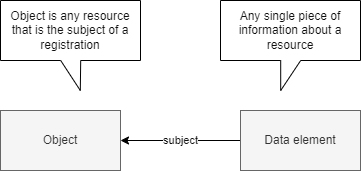
The draw.io diagram media/level1.1.png in Geonovum/IMX-Metadata, before a commit. Source tidied: cells renumbered, new cells last; positions are measured from the earlier drawing's top-left corner, leaving out a move shared by most shapes. Source of this version:
```xml
<mxGraphModel background="#FFFFFF">
  <root>
    <mxCell id="0" />
    <mxCell id="1" parent="0" />
    <mxCell id="2" value="subject" style="edgeStyle=none;html=1;fontColor=#121111;" parent="1" edge="1" source="3" target="4">
      <mxGeometry relative="1" as="geometry" />
    </mxCell>
    <mxCell id="3" value="Gegeven" style="rounded=0;whiteSpace=wrap;html=1;" parent="1" vertex="1">
      <mxGeometry x="240" y="110" width="120" height="60" as="geometry" />
    </mxCell>
    <mxCell id="4" value="Object" style="rounded=0;whiteSpace=wrap;html=1;" parent="1" vertex="1">
      <mxGeometry y="110" width="120" height="60" as="geometry" />
    </mxCell>
    <mxCell id="5" value="Object" style="rounded=0;whiteSpace=wrap;html=1;fillColor=#f5f5f5;fontColor=#333333;strokeColor=#666666;" parent="1" vertex="1">
      <mxGeometry y="110" width="120" height="60" as="geometry" />
    </mxCell>
    <mxCell id="6" value="Data element" style="rounded=0;whiteSpace=wrap;html=1;fillColor=#f5f5f5;fontColor=#333333;strokeColor=#666666;" parent="1" vertex="1">
      <mxGeometry x="240" y="110" width="120" height="60" as="geometry" />
    </mxCell>
    <mxCell id="7" value="Object is any resource that is the subject of a registration" style="shape=callout;whiteSpace=wrap;html=1;perimeter=calloutPerimeter;fontColor=#121111;position2=0.57;base=20;size=30;position=0.43;" parent="1" vertex="1">
      <mxGeometry width="140" height="90" as="geometry" />
    </mxCell>
    <mxCell id="8" value="Any single piece of information about a resource" style="shape=callout;whiteSpace=wrap;html=1;perimeter=calloutPerimeter;fontColor=#121111;position2=0.43;size=30;position=0.43;" parent="1" vertex="1">
      <mxGeometry x="220" width="140" height="90" as="geometry" />
    </mxCell>
  </root>
</mxGraphModel>
```
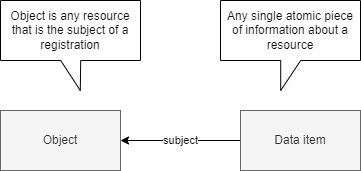
After the commit.

Change to the diagram source:
```diff
@@ -14,13 +14,13 @@
     <mxCell id="5" value="Object" style="rounded=0;whiteSpace=wrap;html=1;fillColor=#f5f5f5;fontColor=#333333;strokeColor=#666666;" parent="1" vertex="1">
       <mxGeometry y="110" width="120" height="60" as="geometry" />
     </mxCell>
-    <mxCell id="6" value="Data element" style="rounded=0;whiteSpace=wrap;html=1;fillColor=#f5f5f5;fontColor=#333333;strokeColor=#666666;" parent="1" vertex="1">
+    <mxCell id="6" value="Data item" style="rounded=0;whiteSpace=wrap;html=1;fillColor=#f5f5f5;fontColor=#333333;strokeColor=#666666;" parent="1" vertex="1">
       <mxGeometry x="240" y="110" width="120" height="60" as="geometry" />
     </mxCell>
     <mxCell id="7" value="Object is any resource that is the subject of a registration" style="shape=callout;whiteSpace=wrap;html=1;perimeter=calloutPerimeter;fontColor=#121111;position2=0.57;base=20;size=30;position=0.43;" parent="1" vertex="1">
       <mxGeometry width="140" height="90" as="geometry" />
     </mxCell>
-    <mxCell id="8" value="Any single piece of information about a resource" style="shape=callout;whiteSpace=wrap;html=1;perimeter=calloutPerimeter;fontColor=#121111;position2=0.43;size=30;position=0.43;" parent="1" vertex="1">
+    <mxCell id="8" value="Any single atomic piece of information about a resource" style="shape=callout;whiteSpace=wrap;html=1;perimeter=calloutPerimeter;fontColor=#121111;position2=0.43;size=30;position=0.43;" parent="1" vertex="1">
       <mxGeometry x="220" width="140" height="90" as="geometry" />
     </mxCell>
   </root>
```
